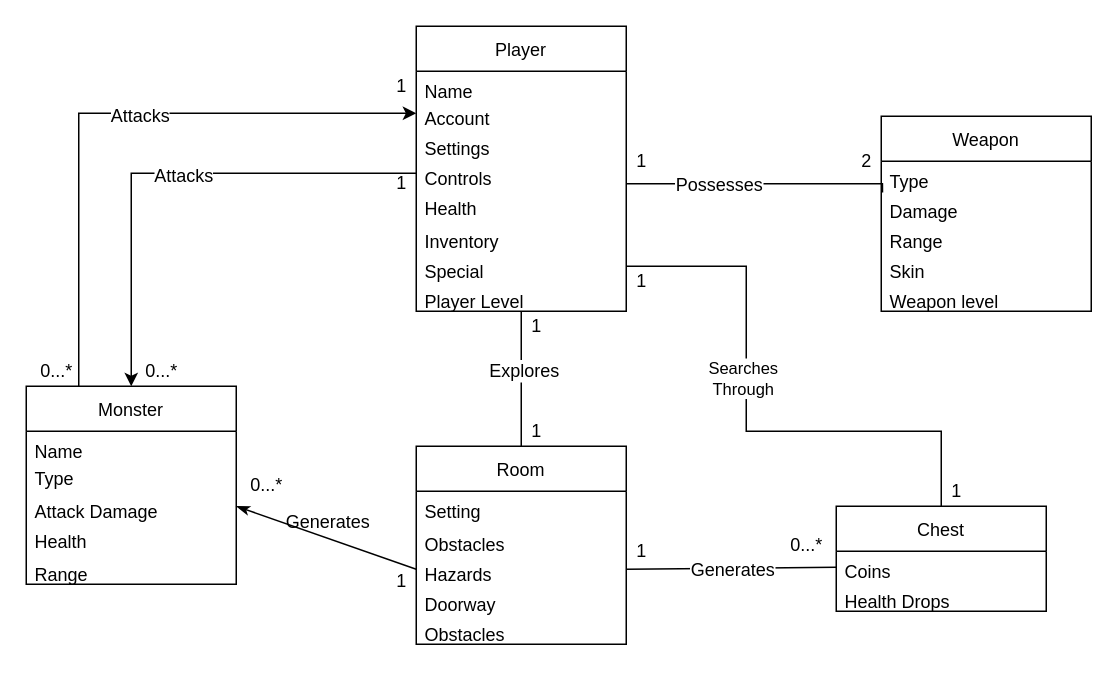
Above: Domain Model M2/Domain Model M2.drawio in jcarpenter48/dungeon_16 (draw.io), before the change. Source tidied: cells renumbered, new cells numbered last; positions are measured from the earlier drawing's top-left corner, leaving out a move shared by most shapes. Both pictures are drawn from the tidied source at 150%, with x=0, y=0 at pixel (26, 26).
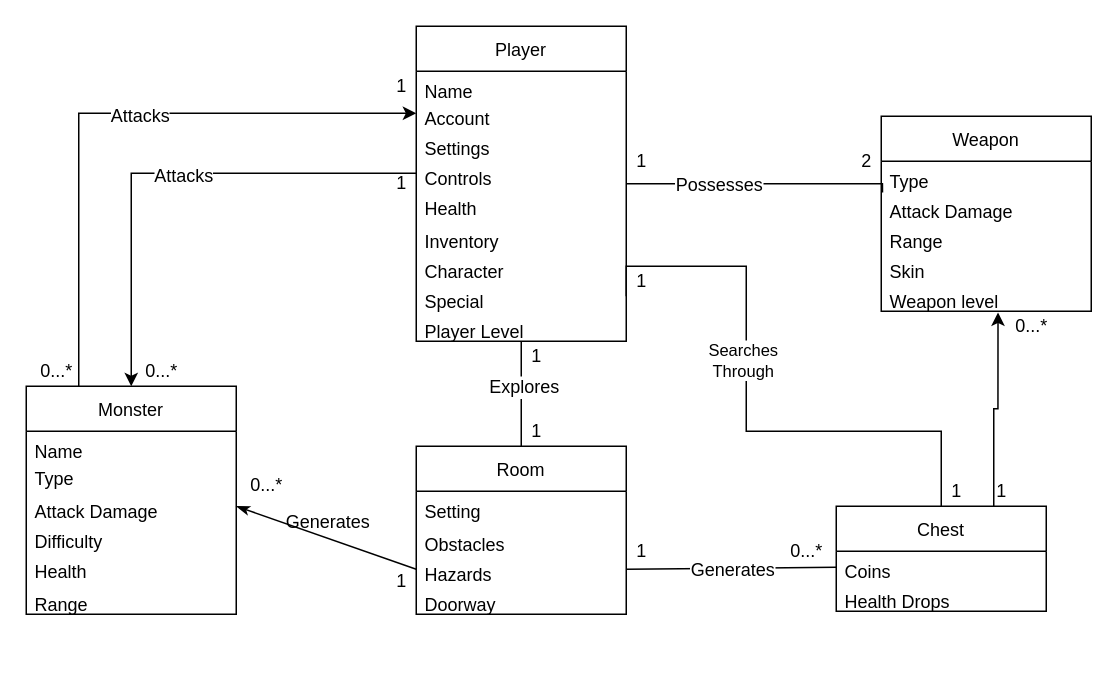
The same page after the edit.

Commit message (it also covers changes not shown here):
Update M2 Domain Model Rough Draft

Unchanged cells that the change refers to:
```xml
<mxCell id="23" value="Weapon" style="swimlane;fontStyle=0;horizontal=1;startSize=30;" parent="1" vertex="1">
  <mxGeometry x="570" y="60" width="140" height="130" as="geometry" />
</mxCell>
<mxCell id="28" value="Weapon level" style="text;strokeColor=none;fillColor=none;align=left;verticalAlign=top;spacingLeft=4;spacingRight=4;overflow=hidden;points=[[0,0.5],[1,0.5]];portConstraint=eastwest;" parent="23" vertex="1">
  <mxGeometry y="110" width="140" height="20" as="geometry" />
</mxCell>
<mxCell id="35" value="Chest" style="swimlane;fontStyle=0;horizontal=1;startSize=30;" parent="1" vertex="1">
  <mxGeometry x="540" y="320" width="140" height="70" as="geometry" />
</mxCell>
```

What changed in the source:
```diff
@@
     <mxCell id="6" value="Player" style="swimlane;fontStyle=0;horizontal=1;startSize=30;" parent="1" vertex="1">
-      <mxGeometry x="260" width="140" height="190" as="geometry" />
+      <mxGeometry x="260" width="140" height="210" as="geometry" />
     </mxCell>
@@
+    <mxCell id="60" value="Character" style="text;strokeColor=none;fillColor=none;align=left;verticalAlign=top;spacingLeft=4;spacingRight=4;overflow=hidden;" parent="6" vertex="1">
+      <mxGeometry y="150" width="140" height="20" as="geometry" />
+    </mxCell>
     <mxCell id="13" value="Special" style="text;strokeColor=none;fillColor=none;align=left;verticalAlign=top;spacingLeft=4;spacingRight=4;overflow=hidden;points=[[0,0.5],[1,0.5]];portConstraint=eastwest;" parent="6" vertex="1">
-      <mxGeometry y="150" width="140" height="20" as="geometry" />
+      <mxGeometry y="170" width="140" height="20" as="geometry" />
     </mxCell>
     <mxCell id="14" value="Player Level" style="text;strokeColor=none;fillColor=none;align=left;verticalAlign=top;spacingLeft=4;spacingRight=4;overflow=hidden;" parent="6" vertex="1">
-      <mxGeometry y="170" width="140" height="20" as="geometry" />
+      <mxGeometry y="190" width="140" height="20" as="geometry" />
     </mxCell>
@@
     <mxCell id="17" value="Monster" style="swimlane;fontStyle=0;horizontal=1;startSize=30;" parent="1" vertex="1">
-      <mxGeometry y="240" width="140" height="132" as="geometry" />
+      <mxGeometry y="240" width="140" height="152" as="geometry" />
     </mxCell>
@@
+    <mxCell id="61" value="Difficulty" style="text;strokeColor=none;fillColor=none;align=left;verticalAlign=top;spacingLeft=4;spacingRight=4;overflow=hidden;" parent="17" vertex="1">
+      <mxGeometry y="90" width="140" height="20" as="geometry" />
+    </mxCell>
     <mxCell id="21" value="Health" style="text;strokeColor=none;fillColor=none;align=left;verticalAlign=top;spacingLeft=4;spacingRight=4;overflow=hidden;" parent="17" vertex="1">
-      <mxGeometry y="90" width="140" height="22" as="geometry" />
+      <mxGeometry y="110" width="140" height="22" as="geometry" />
     </mxCell>
     <mxCell id="22" value="Range" style="text;strokeColor=none;fillColor=none;align=left;verticalAlign=top;spacingLeft=4;spacingRight=4;overflow=hidden;" parent="17" vertex="1">
-      <mxGeometry y="112" width="140" height="20" as="geometry" />
+      <mxGeometry y="132" width="140" height="20" as="geometry" />
     </mxCell>
@@
-    <mxCell id="25" value="Damage" style="text;strokeColor=none;fillColor=none;align=left;verticalAlign=top;spacingLeft=4;spacingRight=4;overflow=hidden;points=[[0,0.5],[1,0.5]];portConstraint=eastwest;" parent="23" vertex="1">
+    <mxCell id="25" value="Attack Damage" style="text;strokeColor=none;fillColor=none;align=left;verticalAlign=top;spacingLeft=4;spacingRight=4;overflow=hidden;points=[[0,0.5],[1,0.5]];portConstraint=eastwest;" parent="23" vertex="1">
       <mxGeometry y="50" width="140" height="20" as="geometry" />
     </mxCell>
@@
     <mxCell id="29" value="Room" style="swimlane;fontStyle=0;horizontal=1;startSize=30;" parent="1" vertex="1">
-      <mxGeometry x="260" y="280" width="140" height="132" as="geometry" />
+      <mxGeometry x="260" y="280" width="140" height="112" as="geometry" />
     </mxCell>
@@
-    <mxCell id="34" value="Obstacles" style="text;strokeColor=none;fillColor=none;align=left;verticalAlign=top;spacingLeft=4;spacingRight=4;overflow=hidden;" parent="29" vertex="1">
-      <mxGeometry y="112" width="140" height="20" as="geometry" />
-    </mxCell>
+    <mxCell id="62" style="edgeStyle=orthogonalEdgeStyle;rounded=0;jettySize=auto;html=1;exitX=0.75;exitY=0;exitDx=0;exitDy=0;entryX=0.556;entryY=1.04;entryDx=0;entryDy=0;entryPerimeter=0;" parent="1" edge="1" source="35" target="28">
+      <mxGeometry relative="1" as="geometry" />
+    </mxCell>
@@
-    <mxCell id="46" value="1" style="text;html=1;align=center;verticalAlign=middle;strokeColor=none;" parent="1" vertex="1">
-      <mxGeometry x="330" y="190" width="20" height="20" as="geometry" />
-    </mxCell>
@@
     <mxCell id="59" value="0...*" style="text;html=1;align=center;verticalAlign=middle;strokeColor=none;" parent="1" vertex="1">
-      <mxGeometry x="500" y="336" width="40" height="20" as="geometry" />
+      <mxGeometry x="500" y="340" width="40" height="20" as="geometry" />
     </mxCell>
+    <mxCell id="63" value="1" style="text;html=1;align=center;verticalAlign=middle;strokeColor=none;" parent="1" vertex="1">
+      <mxGeometry x="640" y="300" width="20" height="20" as="geometry" />
+    </mxCell>
+    <mxCell id="64" value="0...*" style="text;html=1;align=center;verticalAlign=middle;strokeColor=none;" parent="1" vertex="1">
+      <mxGeometry x="650" y="190" width="40" height="20" as="geometry" />
+    </mxCell>
+    <mxCell id="65" value="1" style="text;html=1;align=center;verticalAlign=middle;strokeColor=none;" parent="1" vertex="1">
+      <mxGeometry x="330" y="210" width="20" height="20" as="geometry" />
+    </mxCell>
```
